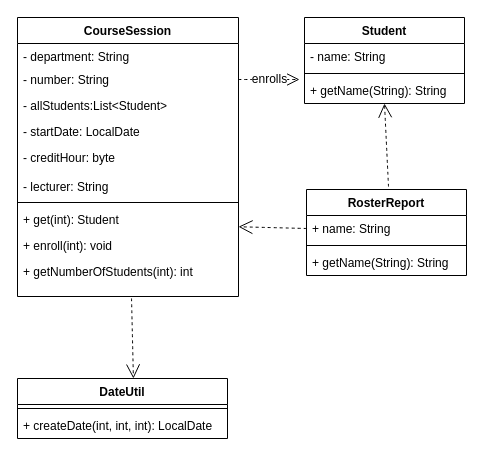
Maf-H/Student-Information-System keeps this draw.io diagram as SiS class diagram.drawio. Above is the earlier version. Source tidied: cells renumbered, new cells numbered last; positions are measured from the earlier drawing's top-left corner, leaving out a move shared by most shapes. Both pictures are drawn from the tidied source at 100%, with x=0, y=0 at pixel (17, 17).
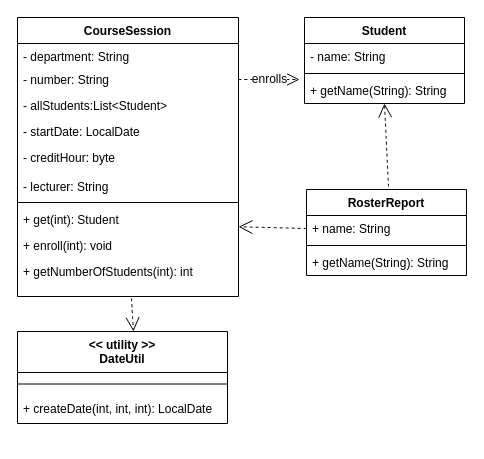
After the change.

The edit, as a diff of the source:
```diff
@@
-    <mxCell id="17" value="DateUtil" style="swimlane;fontStyle=1;align=center;verticalAlign=top;horizontal=1;startSize=26;whiteSpace=wrap;html=1;" parent="1" vertex="1">
-      <mxGeometry y="361" width="210" height="60" as="geometry" />
+    <mxCell id="17" value="&amp;lt;&amp;lt; utility &amp;gt;&amp;gt;&lt;br&gt;DateUtil&lt;br&gt;" style="swimlane;fontStyle=1;align=center;verticalAlign=top;horizontal=1;startSize=41;whiteSpace=wrap;html=1;" parent="1" vertex="1">
+      <mxGeometry y="314" width="210" height="92" as="geometry" />
     </mxCell>
     <mxCell id="18" style="line;strokeWidth=1;fillColor=none;align=left;verticalAlign=middle;spacingTop=-1;spacingLeft=3;spacingRight=3;labelPosition=right;strokeColor=inherit;" parent="17" vertex="1">
-      <mxGeometry y="26" width="210" height="8" as="geometry" />
+      <mxGeometry y="41" width="210" height="23" as="geometry" />
     </mxCell>
-    <mxCell id="19" value="+ createDate(int, int, int): LocalDate" style="text;strokeColor=none;fillColor=none;align=left;verticalAlign=top;spacingLeft=4;spacingRight=4;overflow=hidden;whiteSpace=wrap;html=1;" parent="17" vertex="1">
-      <mxGeometry y="34" width="210" height="26" as="geometry" />
+    <mxCell id="19" value="&lt;div style=&quot;text-align: justify;&quot;&gt;&lt;span style=&quot;background-color: initial;&quot;&gt;+ createDate(int, int, int): LocalDate&lt;/span&gt;&lt;/div&gt;" style="text;strokeColor=none;fillColor=none;align=left;verticalAlign=top;spacingLeft=4;spacingRight=4;overflow=hidden;whiteSpace=wrap;html=1;" parent="17" vertex="1">
+      <mxGeometry y="64" width="210" height="28" as="geometry" />
     </mxCell>
```
